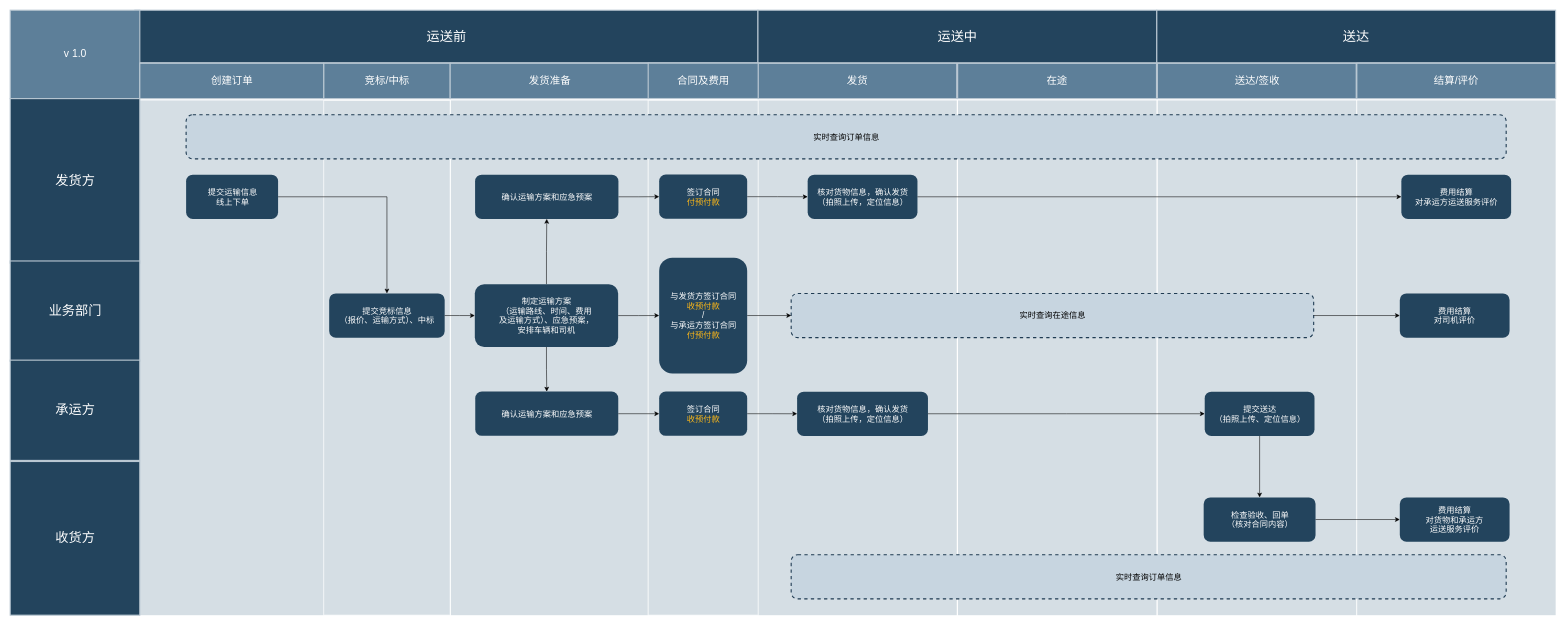
Earlier version of the draw.io diagram draw/KunShan_HuaZhongBao/Untitled Diagram.drawio (hainayun/nanjing_dev). Source tidied: cells renumbered, new cells numbered last; positions are measured from the earlier drawing's top-left corner, leaving out a move shared by most shapes. Both pictures are drawn from the tidied source at 55%, with x=0, y=0 at pixel (10, 10).
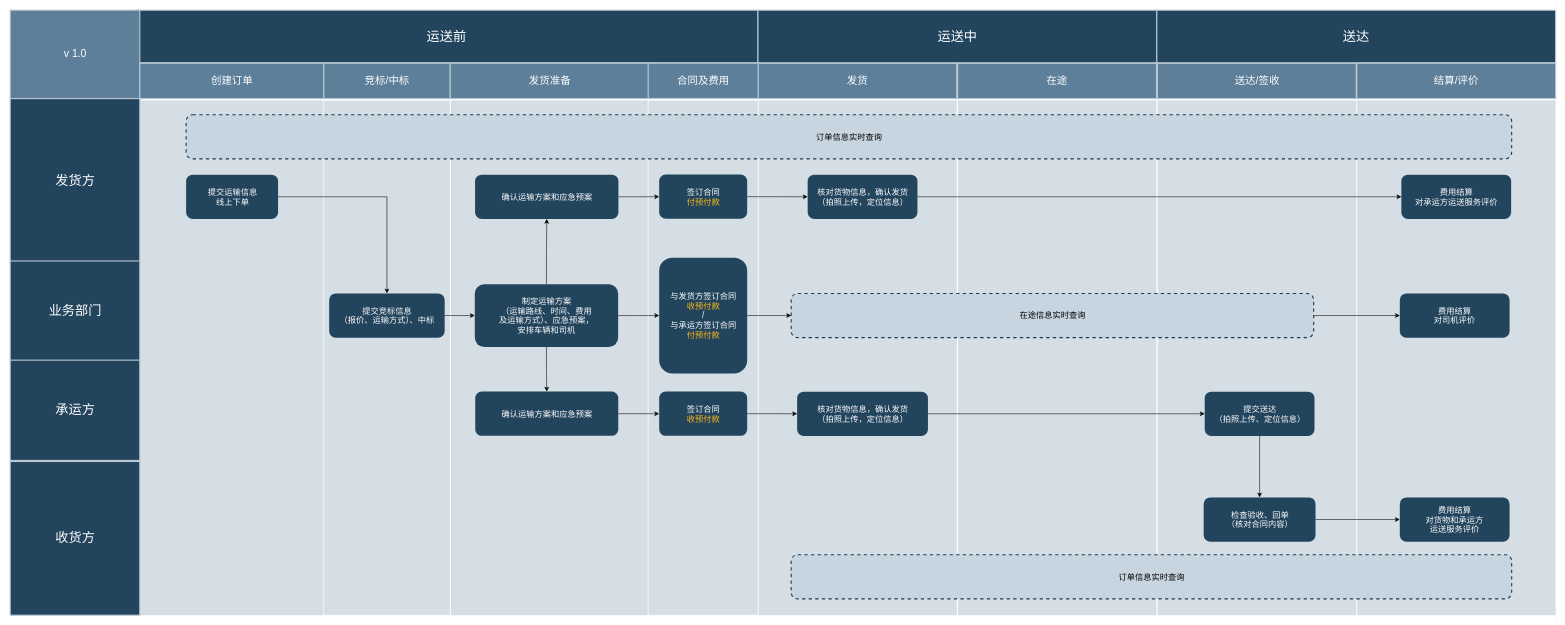
After the change.

What changed in the source:
```diff
@@
-    <mxCell id="31" value="&lt;span style=&quot;font-size: 15px&quot;&gt;实时查询在途信息&lt;br&gt;&lt;/span&gt;" style="rounded=1;strokeWidth=2;fontFamily=Helvetica;html=1;gradientColor=none;dashed=1;fillColor=#C7D5E0;strokeColor=#1F3B52;" parent="1" vertex="1">
+    <mxCell id="31" value="&lt;span style=&quot;font-size: 15px&quot;&gt;在途信息&lt;/span&gt;&lt;span style=&quot;font-size: 15px&quot;&gt;实时查询&lt;/span&gt;&lt;span style=&quot;font-size: 15px&quot;&gt;&lt;br&gt;&lt;/span&gt;" style="rounded=1;strokeWidth=2;fontFamily=Helvetica;html=1;gradientColor=none;dashed=1;fillColor=#C7D5E0;strokeColor=#1F3B52;" parent="1" vertex="1">
       <mxGeometry x="1420" y="515" width="950" height="80.4" as="geometry" />
     </mxCell>
@@
-    <mxCell id="57" value="&lt;span style=&quot;font-size: 15px&quot;&gt;实时查询订单信息&lt;br&gt;&lt;/span&gt;" style="rounded=1;strokeWidth=2;fontFamily=Helvetica;html=1;gradientColor=none;dashed=1;fillColor=#C7D5E0;strokeColor=#1F3B52;" parent="1" vertex="1">
-      <mxGeometry x="319.9" y="190" width="2400.1" height="80.4" as="geometry" />
+    <mxCell id="57" value="&lt;span style=&quot;font-size: 15px&quot;&gt;订单信息实时查询&lt;br&gt;&lt;/span&gt;" style="rounded=1;strokeWidth=2;fontFamily=Helvetica;html=1;gradientColor=none;dashed=1;fillColor=#C7D5E0;strokeColor=#1F3B52;" parent="1" vertex="1">
+      <mxGeometry x="319.9" y="190" width="2410.1" height="80.4" as="geometry" />
     </mxCell>
-    <mxCell id="58" value="&lt;span style=&quot;font-size: 15px&quot;&gt;实时查询订单信息&lt;br&gt;&lt;/span&gt;" style="rounded=1;strokeWidth=2;fontFamily=Helvetica;html=1;gradientColor=none;dashed=1;fillColor=#C7D5E0;strokeColor=#1F3B52;" parent="1" vertex="1">
-      <mxGeometry x="1420" y="990" width="1300" height="80.4" as="geometry" />
+    <mxCell id="58" value="&lt;span style=&quot;font-size: 15px&quot;&gt;订单信息实时查询&lt;br&gt;&lt;/span&gt;" style="rounded=1;strokeWidth=2;fontFamily=Helvetica;html=1;gradientColor=none;dashed=1;fillColor=#C7D5E0;strokeColor=#1F3B52;" parent="1" vertex="1">
+      <mxGeometry x="1420" y="990" width="1310" height="80.4" as="geometry" />
     </mxCell>
```
